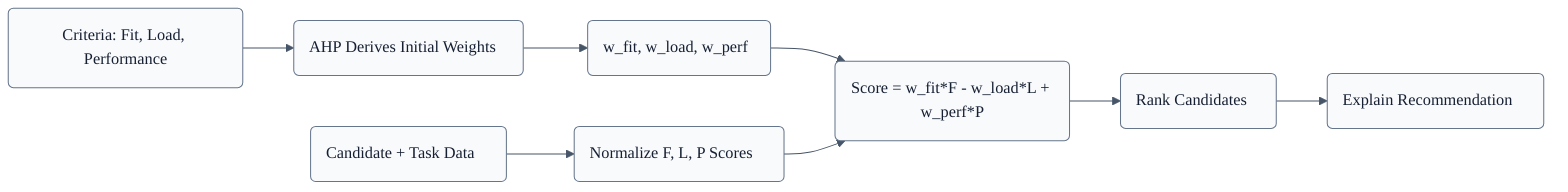
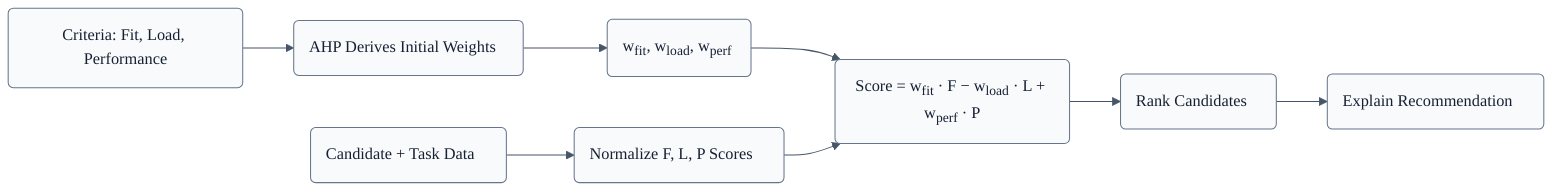
---
config:
  theme: base
  themeVariables:
    fontFamily: Inter, Arial, sans-serif
    primaryColor: '#f8fafc'
    primaryTextColor: '#172033'
    primaryBorderColor: '#65758b'
    lineColor: '#475569'
    secondaryColor: '#e8eef8'
    tertiaryColor: '#ffffff'
---
flowchart LR
    Criteria(Criteria: Fit, Load, Performance) --> AHP(AHP Derives Initial Weights)
-     AHP --> Weights(w_fit, w_load, w_perf)
+     AHP --> Weights("w<sub>fit</sub>, w<sub>load</sub>, w<sub>perf</sub>")
    Candidate(Candidate + Task Data) --> Normalize(Normalize F, L, P Scores)
-     Weights --> Score(Score = w_fit*F - w_load*L + w_perf*P)
+     Weights --> Score("Score = w<sub>fit</sub> · F − w<sub>load</sub> · L + w<sub>perf</sub> · P")
    Normalize --> Score
    Score --> Rank(Rank Candidates)
    Rank --> Explain(Explain Recommendation)

classDef person fill:#fff7ed,stroke:#f97316,color:#7c2d12,stroke-width:1px;
classDef app fill:#eef6ff,stroke:#2563eb,color:#172554,stroke-width:1px;
classDef backend fill:#eef2ff,stroke:#4f46e5,color:#1e1b4b,stroke-width:1px;
classDef data fill:#ecfdf5,stroke:#059669,color:#064e3b,stroke-width:1px;
classDef external fill:#fdf2f8,stroke:#db2777,color:#831843,stroke-width:1px;
classDef process fill:#f8fafc,stroke:#64748b,color:#0f172a,stroke-width:1px;
classDef warn fill:#fff7ed,stroke:#ea580c,color:#7c2d12,stroke-width:1px;
classDef ok fill:#f0fdf4,stroke:#16a34a,color:#14532d,stroke-width:1px;
